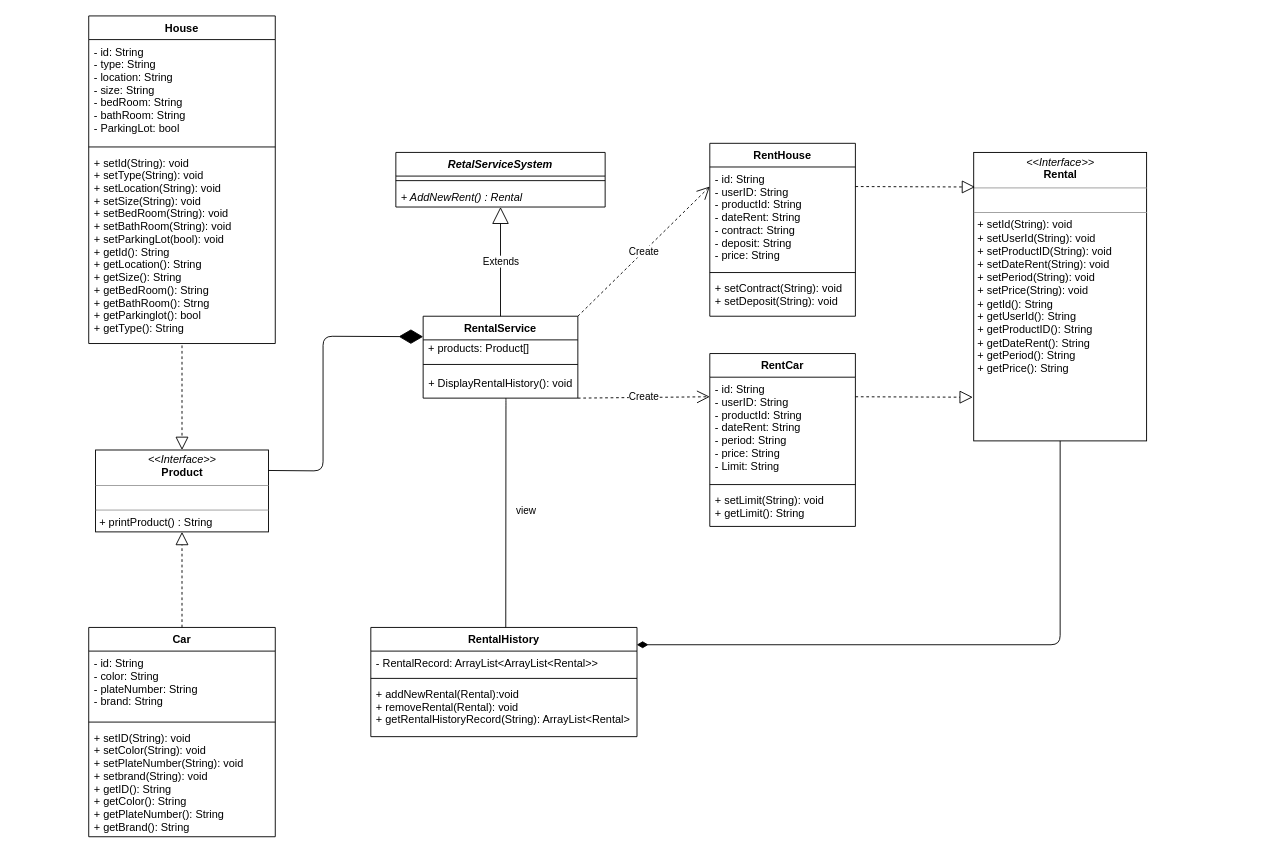
vichhika/OOAD_Y3 keeps this draw.io diagram as Homework_07/OOAD_Homework_07.drawio. Above is the earlier version. Source tidied: cells renumbered, new cells numbered last; positions are measured from the earlier drawing's top-left corner, leaving out a move shared by most shapes. Both pictures are drawn from the tidied source at 91%, with x=0, y=0 at pixel (88, 15).
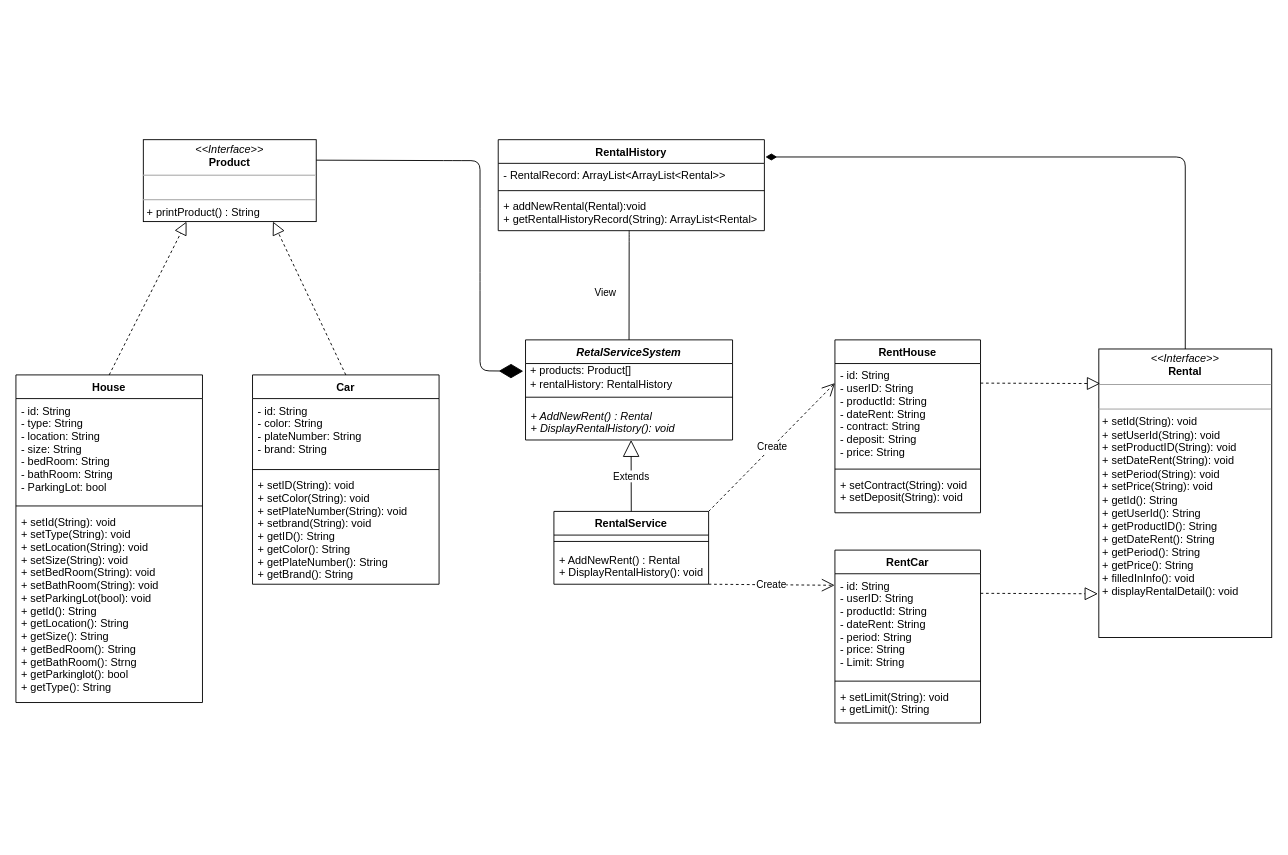
Above is the later version.

The change refers to these unchanged cells:
```xml
<mxCell id="8" value="+ setId(String): void&#10;+ setType(String): void&#10;+ setLocation(String): void&#10;+ setSize(String): void&#10;+ setBedRoom(String): void&#10;+ setBathRoom(String): void&#10;+ setParkingLot(bool): void&#10;+ getId(): String&#10;+ getLocation(): String&#10;+ getSize(): String&#10;+ getBedRoom(): String&#10;+ getBathRoom(): Strng&#10;+ getParkinglot(): bool&#10;+ getType(): String" style="text;strokeColor=none;fillColor=none;align=left;verticalAlign=top;spacingLeft=4;spacingRight=4;overflow=hidden;points=[[0,0.5],[1,0.5]];portConstraint=eastwest;" parent="5" vertex="1">
  <mxGeometry y="148" width="205" height="212" as="geometry" />
</mxCell>
<mxCell id="26" value="- id: String&#10;- userID: String&#10;- productId: String&#10;- dateRent: String&#10;- period: String&#10;- price: String&#10;- Limit: String" style="text;strokeColor=none;fillColor=none;align=left;verticalAlign=top;spacingLeft=4;spacingRight=4;overflow=hidden;points=[[0,0.5],[1,0.5]];portConstraint=eastwest;" parent="25" vertex="1">
  <mxGeometry y="26" width="160" height="114" as="geometry" />
</mxCell>
```

What changed in the source:
```diff
@@
     <mxCell id="2" value="RetalServiceSystem" style="swimlane;fontStyle=3;align=center;verticalAlign=top;horizontal=1;startSize=26;" parent="1" vertex="1">
-      <mxGeometry x="337.5" y="150" width="230" height="60" as="geometry" />
+      <mxGeometry x="480" y="356" width="227.5" height="110" as="geometry" />
     </mxCell>
+    <mxCell id="42" value="&lt;span&gt;&amp;nbsp;+ products: Product[]&lt;br&gt;&amp;nbsp;+ rentalHistory: RentalHistory&lt;br&gt;&lt;/span&gt;" style="text;html=1;align=left;verticalAlign=middle;points=[];" parent="2" vertex="1">
+      <mxGeometry y="26" width="227.5" height="30" as="geometry" />
+    </mxCell>
     <mxCell id="3" style="line;strokeWidth=1;fillColor=none;align=left;verticalAlign=middle;spacingTop=-1;spacingLeft=3;spacingRight=3;labelPosition=right;" parent="2" vertex="1">
-      <mxGeometry y="26" width="230" height="10" as="geometry" />
+      <mxGeometry y="56" width="227.5" height="14" as="geometry" />
     </mxCell>
-    <mxCell id="4" value="+ AddNewRent() : Rental " style="text;strokeColor=none;fillColor=none;align=left;verticalAlign=top;spacingLeft=4;spacingRight=4;overflow=hidden;fontStyle=2;" parent="2" vertex="1">
-      <mxGeometry y="36" width="230" height="24" as="geometry" />
+    <mxCell id="4" value="+ AddNewRent() : Rental&#10;+ DisplayRentalHistory(): void " style="text;strokeColor=none;fillColor=none;align=left;verticalAlign=top;spacingLeft=4;spacingRight=4;overflow=hidden;fontStyle=2;" parent="2" vertex="1">
+      <mxGeometry y="70" width="227.5" height="40" as="geometry" />
     </mxCell>
     <mxCell id="5" value="House" style="swimlane;fontStyle=1;align=center;verticalAlign=top;horizontal=1;startSize=26;" parent="1" vertex="1">
-      <mxGeometry width="205" height="360" as="geometry" />
+      <mxGeometry x="-80" y="394.5" width="205" height="360" as="geometry" />
     </mxCell>
@@
     <mxCell id="9" value="Car" style="swimlane;fontStyle=1;align=center;verticalAlign=top;horizontal=1;startSize=26;" parent="1" vertex="1">
-      <mxGeometry y="672" width="205" height="230" as="geometry" />
+      <mxGeometry x="180" y="394.5" width="205" height="230" as="geometry" />
     </mxCell>
@@
     <mxCell id="13" value="&lt;p style=&quot;margin: 0px ; margin-top: 4px ; text-align: center&quot;&gt;&lt;i&gt;&amp;lt;&amp;lt;Interface&amp;gt;&amp;gt;&lt;/i&gt;&lt;br&gt;&lt;b&gt;Product&lt;/b&gt;&lt;/p&gt;&lt;hr size=&quot;1&quot;&gt;&lt;p style=&quot;margin: 0px ; margin-left: 4px&quot;&gt;&lt;br&gt;&lt;/p&gt;&lt;hr size=&quot;1&quot;&gt;&lt;p style=&quot;margin: 0px ; margin-left: 4px&quot;&gt;+ printProduct() : String&lt;/p&gt;" style="verticalAlign=top;align=left;overflow=fill;fontSize=12;fontFamily=Helvetica;html=1;" parent="1" vertex="1">
-      <mxGeometry x="7.5" y="477" width="190" height="90" as="geometry" />
+      <mxGeometry x="60" y="136" width="190" height="90" as="geometry" />
     </mxCell>
-    <mxCell id="14" style="endArrow=block;dashed=1;endFill=0;endSize=12;html=1;entryX=0.5;entryY=0;entryDx=0;entryDy=0;exitX=0.5;exitY=1.01;exitDx=0;exitDy=0;exitPerimeter=0;" parent="1" edge="1" source="8" target="13">
+    <mxCell id="14" style="endArrow=block;dashed=1;endFill=0;endSize=12;html=1;entryX=0.25;entryY=1;entryDx=0;entryDy=0;exitX=0.5;exitY=0;exitDx=0;exitDy=0;" parent="1" edge="1" source="5" target="13">
       <mxGeometry relative="1" as="geometry" />
     </mxCell>
-    <mxCell id="15" style="endArrow=block;dashed=1;endFill=0;endSize=12;html=1;exitX=0.5;exitY=0;exitDx=0;exitDy=0;entryX=0.5;entryY=1;entryDx=0;entryDy=0;" parent="1" edge="1" source="9" target="13">
+    <mxCell id="15" style="endArrow=block;dashed=1;endFill=0;endSize=12;html=1;exitX=0.5;exitY=0;exitDx=0;exitDy=0;entryX=0.75;entryY=1;entryDx=0;entryDy=0;" parent="1" edge="1" source="9" target="13">
       <mxGeometry relative="1" as="geometry" />
     </mxCell>
     <mxCell id="16" value="RentalService" style="swimlane;fontStyle=1;align=center;verticalAlign=top;horizontal=1;startSize=26;" parent="1" vertex="1">
-      <mxGeometry x="367.5" y="330" width="170" height="90" as="geometry" />
+      <mxGeometry x="511.2" y="544.5" width="170" height="80" as="geometry" />
     </mxCell>
-    <mxCell id="17" value="&amp;nbsp;+ products: Product[]" style="text;html=1;align=left;verticalAlign=middle;" parent="16" vertex="1">
-      <mxGeometry y="26" width="170" height="20" as="geometry" />
-    </mxCell>
     <mxCell id="18" style="line;strokeWidth=1;fillColor=none;align=left;verticalAlign=middle;spacingTop=-1;spacingLeft=3;spacingRight=3;labelPosition=right;" parent="16" vertex="1">
-      <mxGeometry y="46" width="170" height="14" as="geometry" />
+      <mxGeometry y="26" width="170" height="14" as="geometry" />
     </mxCell>
-    <mxCell id="19" value="+ DisplayRentalHistory(): void" style="text;strokeColor=none;fillColor=none;align=left;verticalAlign=top;spacingLeft=4;spacingRight=4;overflow=hidden;points=[[0,0.5],[1,0.5]];portConstraint=eastwest;" parent="16" vertex="1">
-      <mxGeometry y="60" width="170" height="30" as="geometry" />
+    <mxCell id="19" value="+ AddNewRent() : Rental &#10;+ DisplayRentalHistory(): void" style="text;strokeColor=none;fillColor=none;align=left;verticalAlign=top;spacingLeft=4;spacingRight=4;overflow=hidden;points=[[0,0.5],[1,0.5]];portConstraint=eastwest;" parent="16" vertex="1">
+      <mxGeometry y="40" width="170" height="40" as="geometry" />
     </mxCell>
-    <mxCell id="20" value="Extends" style="endArrow=block;endSize=16;endFill=0;html=1;exitX=0.5;exitY=0;exitDx=0;exitDy=0;entryX=0.5;entryY=1;entryDx=0;entryDy=0;" parent="1" edge="1" source="16" target="2">
-      <mxGeometry relative="1" as="geometry" />
+    <mxCell id="20" value="Extends" style="endArrow=block;endSize=16;endFill=0;html=1;exitX=0.5;exitY=0;exitDx=0;exitDy=0;" parent="1" edge="1" source="16">
+      <mxGeometry relative="1" as="geometry">
+        <mxPoint x="596" y="466" as="targetPoint" />
+      </mxGeometry>
     </mxCell>
     <mxCell id="21" value="RentHouse" style="swimlane;fontStyle=1;align=center;verticalAlign=top;horizontal=1;startSize=26;" parent="1" vertex="1">
-      <mxGeometry x="682.5" y="140" width="160" height="190" as="geometry" />
+      <mxGeometry x="820" y="356" width="160" height="190" as="geometry" />
     </mxCell>
@@
     <mxCell id="25" value="RentCar" style="swimlane;fontStyle=1;align=center;verticalAlign=top;horizontal=1;startSize=26;" parent="1" vertex="1">
-      <mxGeometry x="682.5" y="371" width="160" height="190" as="geometry" />
+      <mxGeometry x="820" y="587" width="160" height="190" as="geometry" />
     </mxCell>
@@
-    <mxCell id="30" value="Create" style="endArrow=open;endSize=12;dashed=1;html=1;exitX=1;exitY=1;exitDx=0;exitDy=0;entryX=0;entryY=0.25;entryDx=0;entryDy=0;" parent="1" edge="1" source="16" target="25">
+    <mxCell id="30" value="Create" style="endArrow=open;endSize=12;dashed=1;html=1;exitX=1;exitY=1;exitDx=0;exitDy=0;entryX=-0.002;entryY=0.111;entryDx=0;entryDy=0;entryPerimeter=0;" parent="1" edge="1" source="16" target="26">
       <mxGeometry relative="1" as="geometry" />
     </mxCell>
-    <mxCell id="31" value="&lt;p style=&quot;margin: 0px ; margin-top: 4px ; text-align: center&quot;&gt;&lt;i&gt;&amp;lt;&amp;lt;Interface&amp;gt;&amp;gt;&lt;/i&gt;&lt;br&gt;&lt;b&gt;Rental&lt;/b&gt;&lt;/p&gt;&lt;hr size=&quot;1&quot;&gt;&lt;p style=&quot;margin: 0px ; margin-left: 4px&quot;&gt;&lt;br&gt;&lt;/p&gt;&lt;hr size=&quot;1&quot;&gt;&lt;p style=&quot;margin: 0px ; margin-left: 4px&quot;&gt;+ setId(String): void&lt;br style=&quot;padding: 0px ; margin: 0px&quot;&gt;+ setUserId(String): void&lt;br style=&quot;padding: 0px ; margin: 0px&quot;&gt;+ setProductID(String): void&lt;br style=&quot;padding: 0px ; margin: 0px&quot;&gt;+ setDateRent(String): void&lt;br style=&quot;padding: 0px ; margin: 0px&quot;&gt;+ setPeriod(String): void&lt;br style=&quot;padding: 0px ; margin: 0px&quot;&gt;+ setPrice(String): void&lt;br style=&quot;padding: 0px ; margin: 0px&quot;&gt;+ getId(): String&lt;br style=&quot;padding: 0px ; margin: 0px&quot;&gt;+ getUserId(): String&lt;br style=&quot;padding: 0px ; margin: 0px&quot;&gt;+ getProductID(): String&lt;br style=&quot;padding: 0px ; margin: 0px&quot;&gt;+ getDateRent(): String&lt;br style=&quot;padding: 0px ; margin: 0px&quot;&gt;+ getPeriod(): String&lt;br style=&quot;padding: 0px ; margin: 0px&quot;&gt;+ getPrice(): String&lt;br&gt;&lt;/p&gt;" style="verticalAlign=top;align=left;overflow=fill;fontSize=12;fontFamily=Helvetica;html=1;" parent="1" vertex="1">
-      <mxGeometry x="972.5" y="150" width="190" height="317" as="geometry" />
+    <mxCell id="31" value="&lt;p style=&quot;margin: 0px ; margin-top: 4px ; text-align: center&quot;&gt;&lt;i&gt;&amp;lt;&amp;lt;Interface&amp;gt;&amp;gt;&lt;/i&gt;&lt;br&gt;&lt;b&gt;Rental&lt;/b&gt;&lt;/p&gt;&lt;hr size=&quot;1&quot;&gt;&lt;p style=&quot;margin: 0px ; margin-left: 4px&quot;&gt;&lt;br&gt;&lt;/p&gt;&lt;hr size=&quot;1&quot;&gt;&lt;p style=&quot;margin: 0px ; margin-left: 4px&quot;&gt;+ setId(String): void&lt;br style=&quot;padding: 0px ; margin: 0px&quot;&gt;+ setUserId(String): void&lt;br style=&quot;padding: 0px ; margin: 0px&quot;&gt;+ setProductID(String): void&lt;br style=&quot;padding: 0px ; margin: 0px&quot;&gt;+ setDateRent(String): void&lt;br style=&quot;padding: 0px ; margin: 0px&quot;&gt;+ setPeriod(String): void&lt;br style=&quot;padding: 0px ; margin: 0px&quot;&gt;+ setPrice(String): void&lt;br style=&quot;padding: 0px ; margin: 0px&quot;&gt;+ getId(): String&lt;br style=&quot;padding: 0px ; margin: 0px&quot;&gt;+ getUserId(): String&lt;br style=&quot;padding: 0px ; margin: 0px&quot;&gt;+ getProductID(): String&lt;br style=&quot;padding: 0px ; margin: 0px&quot;&gt;+ getDateRent(): String&lt;br style=&quot;padding: 0px ; margin: 0px&quot;&gt;+ getPeriod(): String&lt;br style=&quot;padding: 0px ; margin: 0px&quot;&gt;+ getPrice(): String&lt;br&gt;&lt;/p&gt;&lt;p style=&quot;margin: 0px ; margin-left: 4px&quot;&gt;+ filledInInfo(): void&lt;/p&gt;&lt;p style=&quot;margin: 0px ; margin-left: 4px&quot;&gt;+ displayRentalDetail(): void&lt;/p&gt;" style="verticalAlign=top;align=left;overflow=fill;fontSize=12;fontFamily=Helvetica;html=1;" parent="1" vertex="1">
+      <mxGeometry x="1110" y="366" width="190" height="317" as="geometry" />
     </mxCell>
     <mxCell id="32" style="endArrow=block;dashed=1;endFill=0;endSize=12;html=1;exitX=1;exitY=0.25;exitDx=0;exitDy=0;" parent="1" edge="1" source="21">
       <mxGeometry relative="1" as="geometry">
-        <mxPoint x="974" y="188" as="targetPoint" />
+        <mxPoint x="1111.5" y="404" as="targetPoint" />
       </mxGeometry>
     </mxCell>
     <mxCell id="33" style="endArrow=block;dashed=1;endFill=0;endSize=12;html=1;exitX=1;exitY=0.25;exitDx=0;exitDy=0;" parent="1" edge="1" source="25">
       <mxGeometry relative="1" as="geometry">
-        <mxPoint x="971.5" y="419" as="targetPoint" />
+        <mxPoint x="1109" y="635" as="targetPoint" />
       </mxGeometry>
     </mxCell>
     <mxCell id="34" value="RentalHistory" style="swimlane;fontStyle=1;align=center;verticalAlign=top;horizontal=1;startSize=26;" parent="1" vertex="1">
-      <mxGeometry x="310" y="672" width="292.5" height="120" as="geometry" />
+      <mxGeometry x="450" y="136" width="292.5" height="100" as="geometry" />
     </mxCell>
@@
-    <mxCell id="37" value="+ addNewRental(Rental):void&#10;+ removeRental(Rental): void&#10;+ getRentalHistoryRecord(String): ArrayList&lt;Rental&gt;" style="text;strokeColor=none;fillColor=none;align=left;verticalAlign=top;spacingLeft=4;spacingRight=4;overflow=hidden;points=[[0,0.5],[1,0.5]];portConstraint=eastwest;" parent="34" vertex="1">
-      <mxGeometry y="60" width="292.5" height="60" as="geometry" />
+    <mxCell id="37" value="+ addNewRental(Rental):void&#10;+ getRentalHistoryRecord(String): ArrayList&lt;Rental&gt;" style="text;strokeColor=none;fillColor=none;align=left;verticalAlign=top;spacingLeft=4;spacingRight=4;overflow=hidden;points=[[0,0.5],[1,0.5]];portConstraint=eastwest;" parent="34" vertex="1">
+      <mxGeometry y="60" width="292.5" height="40" as="geometry" />
     </mxCell>
-    <mxCell id="38" style="html=1;endArrow=diamondThin;endFill=1;edgeStyle=elbowEdgeStyle;elbow=vertical;endSize=10;exitX=0.5;exitY=1;exitDx=0;exitDy=0;entryX=0.999;entryY=0.16;entryDx=0;entryDy=0;entryPerimeter=0;" parent="1" edge="1" source="31" target="34">
+    <mxCell id="38" style="html=1;endArrow=diamondThin;endFill=1;edgeStyle=elbowEdgeStyle;elbow=vertical;endSize=10;entryX=1.004;entryY=0.188;entryDx=0;entryDy=0;entryPerimeter=0;exitX=0.5;exitY=0;exitDx=0;exitDy=0;" parent="1" edge="1" source="31" target="34">
       <mxGeometry relative="1" as="geometry">
         <Array as="points">
-          <mxPoint x="837.5" y="691" />
+          <mxPoint x="920" y="155" />
         </Array>
       </mxGeometry>
     </mxCell>
-    <mxCell id="39" style="endArrow=diamondThin;endFill=1;endSize=24;html=1;entryX=0;entryY=0.25;entryDx=0;entryDy=0;exitX=1;exitY=0.25;exitDx=0;exitDy=0;" parent="1" edge="1" source="13" target="16">
+    <mxCell id="39" style="endArrow=diamondThin;endFill=1;endSize=24;html=1;entryX=-0.011;entryY=0.28;entryDx=0;entryDy=0;exitX=1;exitY=0.25;exitDx=0;exitDy=0;entryPerimeter=0;" parent="1" edge="1" source="13" target="42">
       <mxGeometry relative="1" as="geometry">
         <Array as="points">
-          <mxPoint x="257.5" y="500" />
-          <mxPoint x="257.5" y="352" />
+          <mxPoint x="400" y="159" />
+          <mxPoint x="430" y="159" />
+          <mxPoint x="430" y="222" />
+          <mxPoint x="430" y="292" />
+          <mxPoint x="430" y="390" />
         </Array>
       </mxGeometry>
     </mxCell>
-    <mxCell id="40" style="endArrow=none;html=1;edgeStyle=orthogonalEdgeStyle;entryX=0.507;entryY=-0.001;entryDx=0;entryDy=0;exitX=0.535;exitY=1.003;exitDx=0;exitDy=0;exitPerimeter=0;entryPerimeter=0;" parent="1" edge="1" source="19" target="34">
-      <mxGeometry relative="1" as="geometry">
-        <Array as="points">
-          <mxPoint x="458" y="423" />
-          <mxPoint x="458" y="423" />
-        </Array>
-      </mxGeometry>
-    </mxCell>
-    <mxCell id="41" value="view" style="edgeLabel;html=1;align=left;verticalAlign=bottom;" parent="40" vertex="1">
-      <mxGeometry x="-1" relative="1" as="geometry">
-        <mxPoint x="9.7" y="131.7" as="offset" />
-      </mxGeometry>
-    </mxCell>
+    <mxCell id="43" style="endArrow=none;html=1;edgeStyle=orthogonalEdgeStyle;exitX=0.492;exitY=1;exitDx=0;exitDy=0;exitPerimeter=0;entryX=0.5;entryY=0;entryDx=0;entryDy=0;" parent="1" edge="1" source="37" target="2">
+      <mxGeometry relative="1" as="geometry">
+        <Array as="points">
+          <mxPoint x="594" y="238" />
+        </Array>
+      </mxGeometry>
+    </mxCell>
+    <mxCell id="44" value="View" style="edgeLabel;html=1;align=right;verticalAlign=bottom;" parent="43" vertex="1">
+      <mxGeometry x="1" relative="1" as="geometry">
+        <mxPoint x="-13.8" y="-44" as="offset" />
+      </mxGeometry>
+    </mxCell>
```
